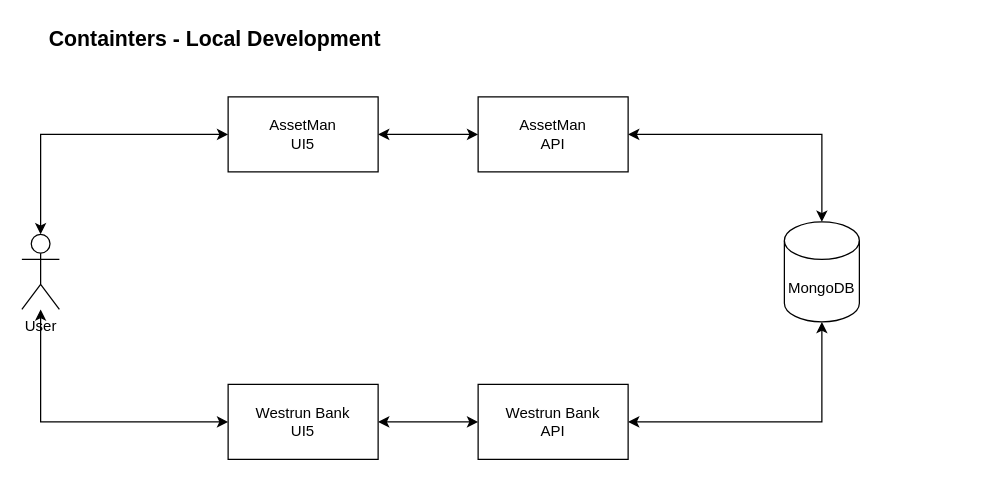
Above: Local Dev.drawio in furlan/diagrams (draw.io), before the change. Source tidied: cells renumbered, new cells numbered last; positions are measured from the earlier drawing's top-left corner, leaving out a move shared by most shapes. Both pictures are drawn from the tidied source at 125%, with x=0, y=0 at pixel (21, 21).
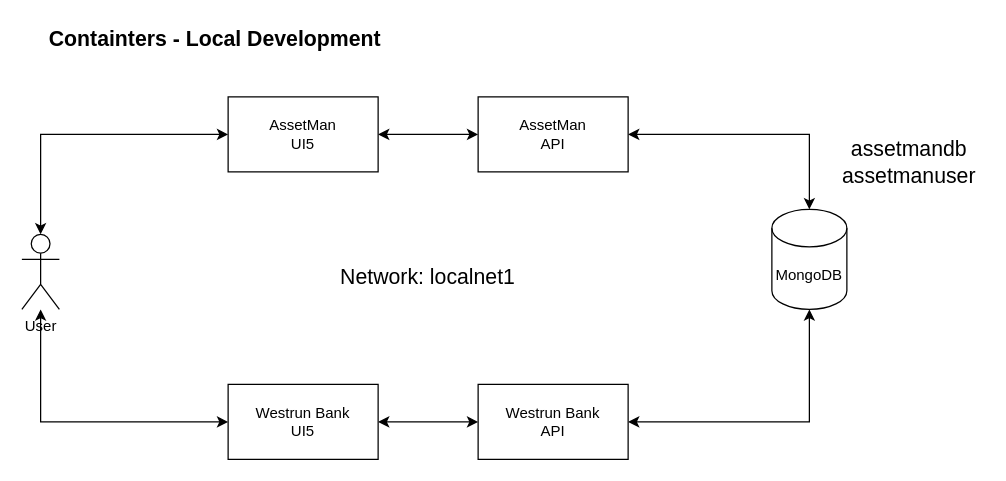
The same diagram, later.

Commit message:
assetman info

What changed in the source:
```diff
@@
 <mxGraphModel>
   <root>
     <mxCell id="0" />
     <mxCell id="1" parent="0" />
     <mxCell id="2" style="edgeStyle=orthogonalEdgeStyle;rounded=0;jettySize=auto;html=1;startArrow=classic;startFill=1;" parent="1" edge="1" source="5" target="7">
       <mxGeometry relative="1" as="geometry" />
     </mxCell>
     <mxCell id="3" style="edgeStyle=orthogonalEdgeStyle;rounded=0;jettySize=auto;html=1;exitX=1;exitY=0.5;exitDx=0;exitDy=0;startArrow=classic;startFill=1;" parent="1" edge="1" source="5" target="6">
       <mxGeometry relative="1" as="geometry" />
     </mxCell>
     <mxCell id="4" style="edgeStyle=orthogonalEdgeStyle;rounded=0;jettySize=auto;html=1;startArrow=classic;startFill=1;exitX=1;exitY=0.5;exitDx=0;exitDy=0;" parent="1" edge="1" source="13" target="11">
       <mxGeometry relative="1" as="geometry" />
     </mxCell>
     <mxCell id="5" value="AssetMan&lt;br&gt;API" style="rounded=0;whiteSpace=wrap;html=1;" parent="1" vertex="1">
       <mxGeometry x="365" y="60" width="120" height="60" as="geometry" />
     </mxCell>
     <mxCell id="6" value="MongoDB" style="shape=cylinder3;whiteSpace=wrap;html=1;boundedLbl=1;backgroundOutline=1;size=15;" parent="1" vertex="1">
-      <mxGeometry x="610" y="160" width="60" height="80" as="geometry" />
+      <mxGeometry x="600" y="150" width="60" height="80" as="geometry" />
     </mxCell>
     <mxCell id="7" value="AssetMan&lt;br&gt;UI5" style="rounded=0;whiteSpace=wrap;html=1;" parent="1" vertex="1">
       <mxGeometry x="165" y="60" width="120" height="60" as="geometry" />
     </mxCell>
     <mxCell id="8" style="edgeStyle=orthogonalEdgeStyle;rounded=0;jettySize=auto;html=1;exitX=0.5;exitY=0;exitDx=0;exitDy=0;exitPerimeter=0;entryX=0;entryY=0.5;entryDx=0;entryDy=0;startArrow=classic;startFill=1;" parent="1" edge="1" source="9" target="7">
       <mxGeometry relative="1" as="geometry" />
     </mxCell>
     <mxCell id="9" value="User" style="shape=umlActor;verticalLabelPosition=bottom;verticalAlign=top;html=1;outlineConnect=0;" parent="1" vertex="1">
       <mxGeometry y="170" width="30" height="60" as="geometry" />
     </mxCell>
     <mxCell id="10" style="edgeStyle=orthogonalEdgeStyle;rounded=0;jettySize=auto;html=1;exitX=1;exitY=0.5;exitDx=0;exitDy=0;entryX=0.5;entryY=1;entryDx=0;entryDy=0;entryPerimeter=0;startArrow=classic;startFill=1;" parent="1" edge="1" source="11" target="6">
       <mxGeometry relative="1" as="geometry" />
     </mxCell>
     <mxCell id="11" value="Westrun Bank&lt;br&gt;API" style="rounded=0;whiteSpace=wrap;html=1;" parent="1" vertex="1">
       <mxGeometry x="365" y="290" width="120" height="60" as="geometry" />
     </mxCell>
     <mxCell id="12" style="edgeStyle=orthogonalEdgeStyle;rounded=0;jettySize=auto;html=1;exitX=0;exitY=0.5;exitDx=0;exitDy=0;startArrow=classic;startFill=1;" parent="1" edge="1" source="13" target="9">
       <mxGeometry relative="1" as="geometry" />
     </mxCell>
     <mxCell id="13" value="Westrun Bank&lt;br&gt;UI5" style="rounded=0;whiteSpace=wrap;html=1;" parent="1" vertex="1">
       <mxGeometry x="165" y="290" width="120" height="60" as="geometry" />
     </mxCell>
     <mxCell id="14" value="Containters - Local Development&lt;br style=&quot;font-size: 17px;&quot;&gt;" style="text;html=1;strokeColor=none;fillColor=none;align=left;verticalAlign=middle;whiteSpace=wrap;rounded=0;fontSize=17;fontStyle=1;" parent="1" vertex="1">
       <mxGeometry x="20" width="280" height="30" as="geometry" />
     </mxCell>
+    <mxCell id="15" value="Network: localnet1" style="text;html=1;strokeColor=none;fillColor=none;align=center;verticalAlign=middle;whiteSpace=wrap;rounded=0;fontSize=17;" parent="1" vertex="1">
+      <mxGeometry x="230" y="190" width="190" height="30" as="geometry" />
+    </mxCell>
+    <mxCell id="16" value="assetmandb&lt;br&gt;assetmanuser" style="text;html=1;strokeColor=none;fillColor=none;align=center;verticalAlign=middle;whiteSpace=wrap;rounded=0;fontSize=17;" parent="1" vertex="1">
+      <mxGeometry x="650" y="90" width="120" height="45" as="geometry" />
+    </mxCell>
   </root>
 </mxGraphModel>
```
